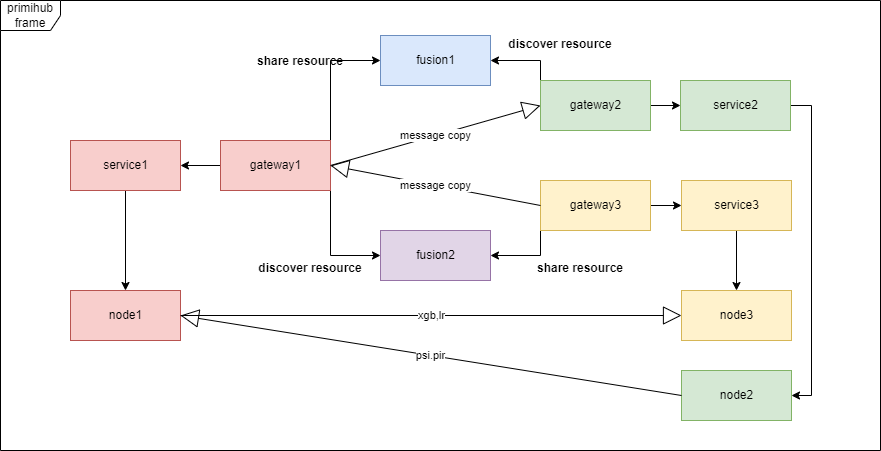
primihub/primihub-docs keeps this draw.io diagram as static/img/primihub_frame.png. Above is the earlier version. Source tidied: cells renumbered, new cells last; positions are measured from the earlier drawing's top-left corner, leaving out a move shared by most shapes. Its diagram source:
```xml
<mxGraphModel>
  <root>
    <mxCell id="0" />
    <mxCell id="1" parent="0" />
    <mxCell id="2" value="primihub frame" style="shape=umlFrame;whiteSpace=wrap;html=1;" parent="1" vertex="1">
      <mxGeometry width="880" height="450" as="geometry" />
    </mxCell>
    <mxCell id="3" style="edgeStyle=orthogonalEdgeStyle;rounded=0;jettySize=auto;html=1;" parent="1" edge="1" source="6" target="8">
      <mxGeometry relative="1" as="geometry" />
    </mxCell>
    <mxCell id="4" style="edgeStyle=orthogonalEdgeStyle;rounded=0;jettySize=auto;html=1;exitX=1;exitY=0;exitDx=0;exitDy=0;entryX=0;entryY=0.5;entryDx=0;entryDy=0;" parent="1" edge="1" source="6" target="9">
      <mxGeometry relative="1" as="geometry" />
    </mxCell>
    <mxCell id="5" style="edgeStyle=orthogonalEdgeStyle;rounded=0;jettySize=auto;html=1;exitX=1;exitY=1;exitDx=0;exitDy=0;entryX=0;entryY=0.5;entryDx=0;entryDy=0;" parent="1" edge="1" source="6" target="10">
      <mxGeometry relative="1" as="geometry" />
    </mxCell>
    <mxCell id="6" value="gateway1" style="html=1;fillColor=#f8cecc;strokeColor=#b85450;" parent="1" vertex="1">
      <mxGeometry x="220" y="140" width="110" height="50" as="geometry" />
    </mxCell>
    <mxCell id="7" style="edgeStyle=orthogonalEdgeStyle;rounded=0;jettySize=auto;html=1;" parent="1" edge="1" source="8" target="27">
      <mxGeometry relative="1" as="geometry" />
    </mxCell>
    <mxCell id="8" value="service1" style="html=1;fillColor=#f8cecc;strokeColor=#b85450;" parent="1" vertex="1">
      <mxGeometry x="70" y="140" width="110" height="50" as="geometry" />
    </mxCell>
    <mxCell id="9" value="fusion1" style="html=1;fillColor=#dae8fc;strokeColor=#6c8ebf;" parent="1" vertex="1">
      <mxGeometry x="380" y="35" width="110" height="50" as="geometry" />
    </mxCell>
    <mxCell id="10" value="fusion2" style="html=1;fillColor=#e1d5e7;strokeColor=#9673a6;" parent="1" vertex="1">
      <mxGeometry x="380" y="230" width="110" height="50" as="geometry" />
    </mxCell>
    <mxCell id="11" style="edgeStyle=orthogonalEdgeStyle;rounded=0;jettySize=auto;html=1;" parent="1" edge="1" source="13" target="15">
      <mxGeometry relative="1" as="geometry" />
    </mxCell>
    <mxCell id="12" style="edgeStyle=orthogonalEdgeStyle;rounded=0;jettySize=auto;html=1;exitX=0;exitY=0;exitDx=0;exitDy=0;entryX=1;entryY=0.5;entryDx=0;entryDy=0;" parent="1" edge="1" source="13" target="9">
      <mxGeometry relative="1" as="geometry" />
    </mxCell>
    <mxCell id="13" value="gateway2" style="html=1;fillColor=#d5e8d4;strokeColor=#82b366;" parent="1" vertex="1">
      <mxGeometry x="540" y="80" width="110" height="50" as="geometry" />
    </mxCell>
    <mxCell id="14" style="edgeStyle=orthogonalEdgeStyle;rounded=0;jettySize=auto;html=1;entryX=1;entryY=0.5;entryDx=0;entryDy=0;" parent="1" edge="1" source="15" target="29">
      <mxGeometry relative="1" as="geometry">
        <Array as="points">
          <mxPoint x="811" y="105" />
          <mxPoint x="811" y="395" />
        </Array>
      </mxGeometry>
    </mxCell>
    <mxCell id="15" value="service2" style="html=1;fillColor=#d5e8d4;strokeColor=#82b366;" parent="1" vertex="1">
      <mxGeometry x="680" y="80" width="110" height="50" as="geometry" />
    </mxCell>
    <mxCell id="16" style="edgeStyle=orthogonalEdgeStyle;rounded=0;jettySize=auto;html=1;entryX=0;entryY=0.5;entryDx=0;entryDy=0;" parent="1" edge="1" source="18" target="20">
      <mxGeometry relative="1" as="geometry" />
    </mxCell>
    <mxCell id="17" style="edgeStyle=orthogonalEdgeStyle;rounded=0;jettySize=auto;html=1;exitX=0;exitY=1;exitDx=0;exitDy=0;" parent="1" edge="1" source="18" target="10">
      <mxGeometry relative="1" as="geometry" />
    </mxCell>
    <mxCell id="18" value="gateway3" style="html=1;fillColor=#fff2cc;strokeColor=#d6b656;" parent="1" vertex="1">
      <mxGeometry x="540" y="180" width="110" height="50" as="geometry" />
    </mxCell>
    <mxCell id="19" style="edgeStyle=orthogonalEdgeStyle;rounded=0;jettySize=auto;html=1;" parent="1" edge="1" source="20" target="28">
      <mxGeometry relative="1" as="geometry" />
    </mxCell>
    <mxCell id="20" value="service3" style="html=1;fillColor=#fff2cc;strokeColor=#d6b656;" parent="1" vertex="1">
      <mxGeometry x="681" y="180" width="110" height="50" as="geometry" />
    </mxCell>
    <mxCell id="21" value="message copy" style="endArrow=block;endSize=16;endFill=0;html=1;rounded=0;exitX=1;exitY=0.5;exitDx=0;exitDy=0;entryX=0;entryY=0.5;entryDx=0;entryDy=0;" parent="1" edge="1" source="6" target="13">
      <mxGeometry relative="1" as="geometry" />
    </mxCell>
    <mxCell id="22" value="message copy" style="endArrow=block;endSize=16;endFill=0;html=1;rounded=0;exitX=0;exitY=0.5;exitDx=0;exitDy=0;entryX=1;entryY=0.5;entryDx=0;entryDy=0;" parent="1" edge="1" source="18" target="6">
      <mxGeometry relative="1" as="geometry" />
    </mxCell>
    <mxCell id="23" value="share resource" style="text;align=center;fontStyle=1;verticalAlign=middle;spacingLeft=3;spacingRight=3;strokeColor=none;" parent="1" vertex="1">
      <mxGeometry x="260" y="47" width="80" height="26" as="geometry" />
    </mxCell>
    <mxCell id="24" value="share resource" style="text;align=center;fontStyle=1;verticalAlign=middle;spacingLeft=3;spacingRight=3;strokeColor=none;" parent="1" vertex="1">
      <mxGeometry x="540" y="254" width="80" height="26" as="geometry" />
    </mxCell>
    <mxCell id="25" value="discover resource" style="text;align=center;fontStyle=1;verticalAlign=middle;spacingLeft=3;spacingRight=3;strokeColor=none;" parent="1" vertex="1">
      <mxGeometry x="520" y="30" width="80" height="26" as="geometry" />
    </mxCell>
    <mxCell id="26" value="discover resource" style="text;align=center;fontStyle=1;verticalAlign=middle;spacingLeft=3;spacingRight=3;strokeColor=none;" parent="1" vertex="1">
      <mxGeometry x="270" y="254" width="80" height="26" as="geometry" />
    </mxCell>
    <mxCell id="27" value="node1" style="html=1;fillColor=#f8cecc;strokeColor=#b85450;" parent="1" vertex="1">
      <mxGeometry x="70" y="290" width="110" height="50" as="geometry" />
    </mxCell>
    <mxCell id="28" value="node3" style="html=1;fillColor=#fff2cc;strokeColor=#d6b656;" parent="1" vertex="1">
      <mxGeometry x="681" y="290" width="110" height="50" as="geometry" />
    </mxCell>
    <mxCell id="29" value="node2" style="html=1;fillColor=#d5e8d4;strokeColor=#82b366;" parent="1" vertex="1">
      <mxGeometry x="681" y="370" width="110" height="50" as="geometry" />
    </mxCell>
    <mxCell id="30" value="xgb,lr" style="endArrow=block;endSize=16;endFill=0;html=1;rounded=0;exitX=1;exitY=0.5;exitDx=0;exitDy=0;entryX=0;entryY=0.5;entryDx=0;entryDy=0;" parent="1" edge="1" source="27" target="28">
      <mxGeometry relative="1" as="geometry" />
    </mxCell>
    <mxCell id="31" value="psi.pir" style="endArrow=block;endSize=16;endFill=0;html=1;rounded=0;exitX=0;exitY=0.5;exitDx=0;exitDy=0;entryX=1;entryY=0.5;entryDx=0;entryDy=0;" parent="1" edge="1" source="29" target="27">
      <mxGeometry relative="1" as="geometry" />
    </mxCell>
  </root>
</mxGraphModel>
```
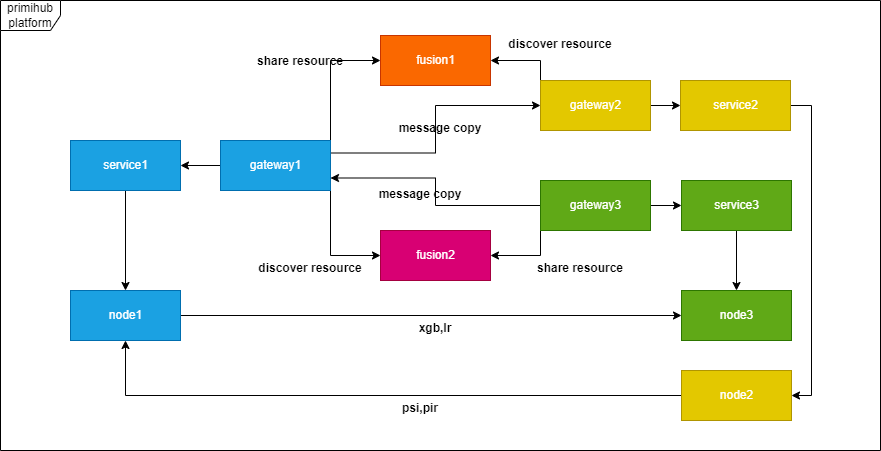
After the change.

Commit message:
change frame pic

What changed in the source:
```diff
@@ -2,7 +2,7 @@
   <root>
     <mxCell id="0" />
     <mxCell id="1" parent="0" />
-    <mxCell id="2" value="primihub frame" style="shape=umlFrame;whiteSpace=wrap;html=1;" parent="1" vertex="1">
+    <mxCell id="2" value="primihub platform" style="shape=umlFrame;whiteSpace=wrap;html=1;" parent="1" vertex="1">
       <mxGeometry width="880" height="450" as="geometry" />
     </mxCell>
     <mxCell id="3" style="edgeStyle=orthogonalEdgeStyle;rounded=0;jettySize=auto;html=1;" parent="1" edge="1" source="6" target="8">
@@ -14,19 +14,22 @@
     <mxCell id="5" style="edgeStyle=orthogonalEdgeStyle;rounded=0;jettySize=auto;html=1;exitX=1;exitY=1;exitDx=0;exitDy=0;entryX=0;entryY=0.5;entryDx=0;entryDy=0;" parent="1" edge="1" source="6" target="10">
       <mxGeometry relative="1" as="geometry" />
     </mxCell>
+    <mxCell id="21" style="edgeStyle=orthogonalEdgeStyle;rounded=0;jettySize=auto;html=1;exitX=1;exitY=0.25;exitDx=0;exitDy=0;entryX=0;entryY=0.5;entryDx=0;entryDy=0;fontColor=#FFFFFF;" parent="1" edge="1" source="6" target="13">
+      <mxGeometry relative="1" as="geometry" />
+    </mxCell>
-    <mxCell id="6" value="gateway1" style="html=1;fillColor=#f8cecc;strokeColor=#b85450;" parent="1" vertex="1">
+    <mxCell id="6" value="gateway1" style="html=1;fillColor=#1ba1e2;strokeColor=#006EAF;fontColor=#ffffff;" parent="1" vertex="1">
       <mxGeometry x="220" y="140" width="110" height="50" as="geometry" />
     </mxCell>
     <mxCell id="7" style="edgeStyle=orthogonalEdgeStyle;rounded=0;jettySize=auto;html=1;" parent="1" edge="1" source="8" target="27">
       <mxGeometry relative="1" as="geometry" />
     </mxCell>
-    <mxCell id="8" value="service1" style="html=1;fillColor=#f8cecc;strokeColor=#b85450;" parent="1" vertex="1">
+    <mxCell id="8" value="service1" style="html=1;fillColor=#1ba1e2;strokeColor=#006EAF;fontColor=#ffffff;" parent="1" vertex="1">
       <mxGeometry x="70" y="140" width="110" height="50" as="geometry" />
     </mxCell>
-    <mxCell id="9" value="fusion1" style="html=1;fillColor=#dae8fc;strokeColor=#6c8ebf;" parent="1" vertex="1">
+    <mxCell id="9" value="&lt;font color=&quot;#ffffff&quot;&gt;fusion1&lt;/font&gt;" style="html=1;fillColor=#fa6800;strokeColor=#C73500;fontColor=#000000;" parent="1" vertex="1">
       <mxGeometry x="380" y="35" width="110" height="50" as="geometry" />
     </mxCell>
-    <mxCell id="10" value="fusion2" style="html=1;fillColor=#e1d5e7;strokeColor=#9673a6;" parent="1" vertex="1">
+    <mxCell id="10" value="fusion2" style="html=1;fillColor=#d80073;strokeColor=#A50040;fontColor=#ffffff;" parent="1" vertex="1">
       <mxGeometry x="380" y="230" width="110" height="50" as="geometry" />
     </mxCell>
     <mxCell id="11" style="edgeStyle=orthogonalEdgeStyle;rounded=0;jettySize=auto;html=1;" parent="1" edge="1" source="13" target="15">
@@ -35,7 +38,7 @@
     <mxCell id="12" style="edgeStyle=orthogonalEdgeStyle;rounded=0;jettySize=auto;html=1;exitX=0;exitY=0;exitDx=0;exitDy=0;entryX=1;entryY=0.5;entryDx=0;entryDy=0;" parent="1" edge="1" source="13" target="9">
       <mxGeometry relative="1" as="geometry" />
     </mxCell>
-    <mxCell id="13" value="gateway2" style="html=1;fillColor=#d5e8d4;strokeColor=#82b366;" parent="1" vertex="1">
+    <mxCell id="13" value="&lt;font color=&quot;#ffffff&quot;&gt;gateway2&lt;/font&gt;" style="html=1;fillColor=#e3c800;strokeColor=#B09500;fontColor=#000000;" parent="1" vertex="1">
       <mxGeometry x="540" y="80" width="110" height="50" as="geometry" />
     </mxCell>
     <mxCell id="14" style="edgeStyle=orthogonalEdgeStyle;rounded=0;jettySize=auto;html=1;entryX=1;entryY=0.5;entryDx=0;entryDy=0;" parent="1" edge="1" source="15" target="29">
@@ -46,7 +49,7 @@
         </Array>
       </mxGeometry>
     </mxCell>
-    <mxCell id="15" value="service2" style="html=1;fillColor=#d5e8d4;strokeColor=#82b366;" parent="1" vertex="1">
+    <mxCell id="15" value="&lt;font color=&quot;#ffffff&quot;&gt;service2&lt;/font&gt;" style="html=1;fillColor=#e3c800;strokeColor=#B09500;fontColor=#000000;" parent="1" vertex="1">
       <mxGeometry x="680" y="80" width="110" height="50" as="geometry" />
     </mxCell>
     <mxCell id="16" style="edgeStyle=orthogonalEdgeStyle;rounded=0;jettySize=auto;html=1;entryX=0;entryY=0.5;entryDx=0;entryDy=0;" parent="1" edge="1" source="18" target="20">
@@ -55,21 +58,18 @@
     <mxCell id="17" style="edgeStyle=orthogonalEdgeStyle;rounded=0;jettySize=auto;html=1;exitX=0;exitY=1;exitDx=0;exitDy=0;" parent="1" edge="1" source="18" target="10">
       <mxGeometry relative="1" as="geometry" />
     </mxCell>
+    <mxCell id="22" style="edgeStyle=orthogonalEdgeStyle;rounded=0;jettySize=auto;html=1;entryX=1;entryY=0.75;entryDx=0;entryDy=0;" parent="1" edge="1" source="18" target="6">
+      <mxGeometry relative="1" as="geometry" />
+    </mxCell>
-    <mxCell id="18" value="gateway3" style="html=1;fillColor=#fff2cc;strokeColor=#d6b656;" parent="1" vertex="1">
+    <mxCell id="18" value="gateway3" style="html=1;fillColor=#60a917;strokeColor=#2D7600;fontColor=#ffffff;" parent="1" vertex="1">
       <mxGeometry x="540" y="180" width="110" height="50" as="geometry" />
     </mxCell>
     <mxCell id="19" style="edgeStyle=orthogonalEdgeStyle;rounded=0;jettySize=auto;html=1;" parent="1" edge="1" source="20" target="28">
       <mxGeometry relative="1" as="geometry" />
     </mxCell>
-    <mxCell id="20" value="service3" style="html=1;fillColor=#fff2cc;strokeColor=#d6b656;" parent="1" vertex="1">
+    <mxCell id="20" value="service3" style="html=1;fillColor=#60a917;strokeColor=#2D7600;fontColor=#ffffff;" parent="1" vertex="1">
       <mxGeometry x="681" y="180" width="110" height="50" as="geometry" />
     </mxCell>
-    <mxCell id="21" value="message copy" style="endArrow=block;endSize=16;endFill=0;html=1;rounded=0;exitX=1;exitY=0.5;exitDx=0;exitDy=0;entryX=0;entryY=0.5;entryDx=0;entryDy=0;" parent="1" edge="1" source="6" target="13">
-      <mxGeometry relative="1" as="geometry" />
-    </mxCell>
-    <mxCell id="22" value="message copy" style="endArrow=block;endSize=16;endFill=0;html=1;rounded=0;exitX=0;exitY=0.5;exitDx=0;exitDy=0;entryX=1;entryY=0.5;entryDx=0;entryDy=0;" parent="1" edge="1" source="18" target="6">
-      <mxGeometry relative="1" as="geometry" />
-    </mxCell>
     <mxCell id="23" value="share resource" style="text;align=center;fontStyle=1;verticalAlign=middle;spacingLeft=3;spacingRight=3;strokeColor=none;" parent="1" vertex="1">
       <mxGeometry x="260" y="47" width="80" height="26" as="geometry" />
     </mxCell>
@@ -82,20 +82,32 @@
     <mxCell id="26" value="discover resource" style="text;align=center;fontStyle=1;verticalAlign=middle;spacingLeft=3;spacingRight=3;strokeColor=none;" parent="1" vertex="1">
       <mxGeometry x="270" y="254" width="80" height="26" as="geometry" />
     </mxCell>
+    <mxCell id="32" style="edgeStyle=orthogonalEdgeStyle;rounded=0;jettySize=auto;html=1;fontColor=#FFFFFF;" parent="1" edge="1" source="27" target="28">
+      <mxGeometry relative="1" as="geometry" />
+    </mxCell>
-    <mxCell id="27" value="node1" style="html=1;fillColor=#f8cecc;strokeColor=#b85450;" parent="1" vertex="1">
+    <mxCell id="27" value="node1" style="html=1;fillColor=#1ba1e2;strokeColor=#006EAF;fontColor=#ffffff;" parent="1" vertex="1">
       <mxGeometry x="70" y="290" width="110" height="50" as="geometry" />
     </mxCell>
-    <mxCell id="28" value="node3" style="html=1;fillColor=#fff2cc;strokeColor=#d6b656;" parent="1" vertex="1">
+    <mxCell id="28" value="node3" style="html=1;fillColor=#60a917;strokeColor=#2D7600;fontColor=#ffffff;" parent="1" vertex="1">
       <mxGeometry x="681" y="290" width="110" height="50" as="geometry" />
     </mxCell>
+    <mxCell id="31" style="edgeStyle=orthogonalEdgeStyle;rounded=0;jettySize=auto;html=1;fontColor=#FFFFFF;" parent="1" edge="1" source="29" target="27">
+      <mxGeometry relative="1" as="geometry" />
+    </mxCell>
-    <mxCell id="29" value="node2" style="html=1;fillColor=#d5e8d4;strokeColor=#82b366;" parent="1" vertex="1">
+    <mxCell id="29" value="&lt;font color=&quot;#ffffff&quot;&gt;node2&lt;/font&gt;" style="html=1;fillColor=#e3c800;strokeColor=#B09500;fontColor=#000000;" parent="1" vertex="1">
       <mxGeometry x="681" y="370" width="110" height="50" as="geometry" />
     </mxCell>
-    <mxCell id="30" value="xgb,lr" style="endArrow=block;endSize=16;endFill=0;html=1;rounded=0;exitX=1;exitY=0.5;exitDx=0;exitDy=0;entryX=0;entryY=0.5;entryDx=0;entryDy=0;" parent="1" edge="1" source="27" target="28">
-      <mxGeometry relative="1" as="geometry" />
+    <mxCell id="30" value="xgb,lr" style="text;align=center;fontStyle=1;verticalAlign=middle;spacingLeft=3;spacingRight=3;strokeColor=none;" parent="1" vertex="1">
+      <mxGeometry x="395" y="314" width="80" height="26" as="geometry" />
     </mxCell>
-    <mxCell id="31" value="psi.pir" style="endArrow=block;endSize=16;endFill=0;html=1;rounded=0;exitX=0;exitY=0.5;exitDx=0;exitDy=0;entryX=1;entryY=0.5;entryDx=0;entryDy=0;" parent="1" edge="1" source="29" target="27">
-      <mxGeometry relative="1" as="geometry" />
-    </mxCell>
+    <mxCell id="33" value="psi,pir" style="text;align=center;fontStyle=1;verticalAlign=middle;spacingLeft=3;spacingRight=3;strokeColor=none;" parent="1" vertex="1">
+      <mxGeometry x="380" y="394" width="80" height="26" as="geometry" />
+    </mxCell>
+    <mxCell id="34" value="message copy" style="text;align=center;fontStyle=1;verticalAlign=middle;spacingLeft=3;spacingRight=3;strokeColor=none;" parent="1" vertex="1">
+      <mxGeometry x="400" y="114" width="80" height="26" as="geometry" />
+    </mxCell>
+    <mxCell id="35" value="message copy" style="text;align=center;fontStyle=1;verticalAlign=middle;spacingLeft=3;spacingRight=3;strokeColor=none;" parent="1" vertex="1">
+      <mxGeometry x="380" y="180" width="80" height="26" as="geometry" />
+    </mxCell>
   </root>
 </mxGraphModel>
```
